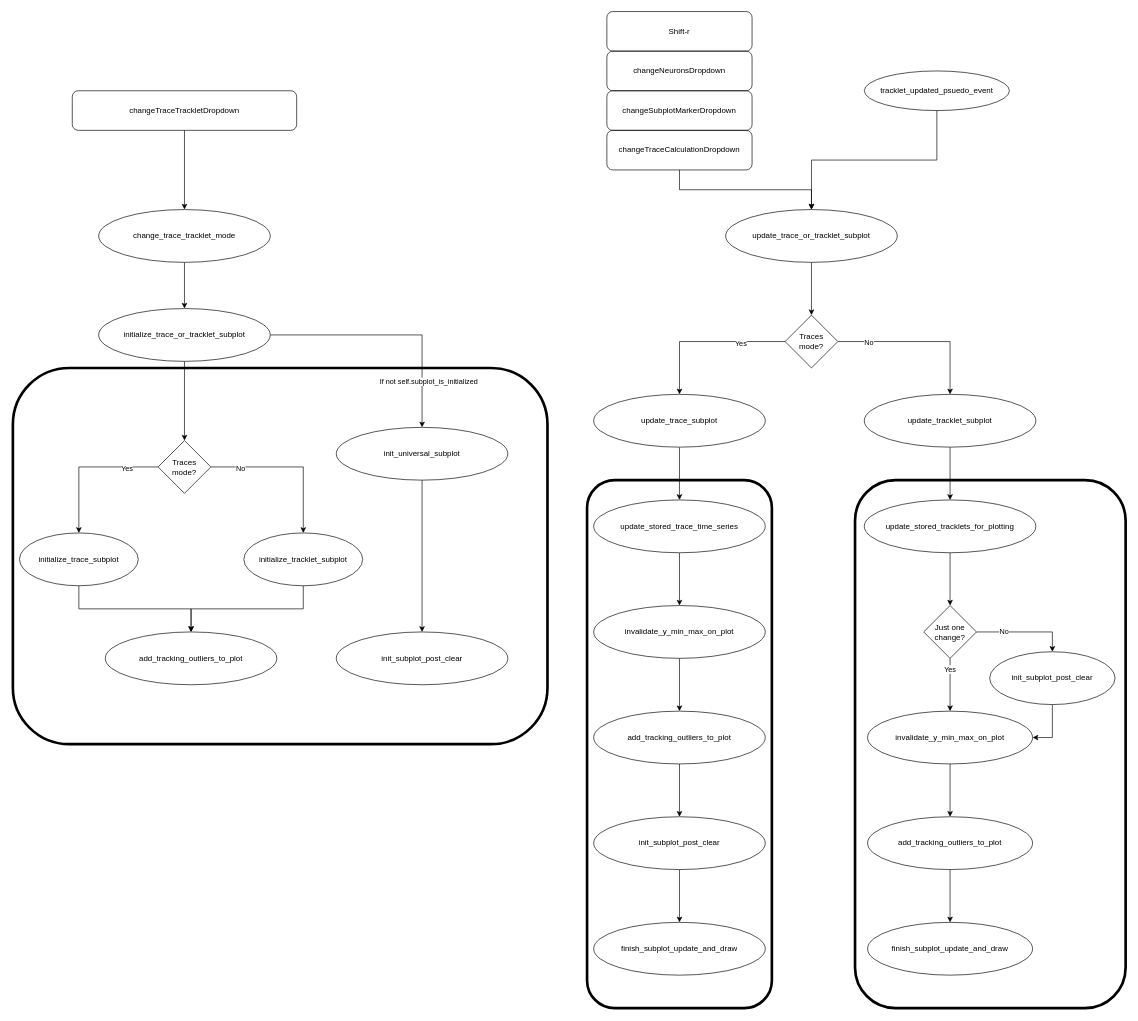
This is page "trace_subplot_updates" (3 of 3) of docs/napari_trace_explorer_diagram.drawio from ch9nuk9/wbfm, a draw.io file, before an edit. Source tidied: cells renumbered, new cells numbered last; positions are measured from the earlier drawing's top-left corner, leaving out a move shared by most shapes. Both pictures are drawn from the tidied source at 66%, with x=0, y=0 at pixel (13, 11).
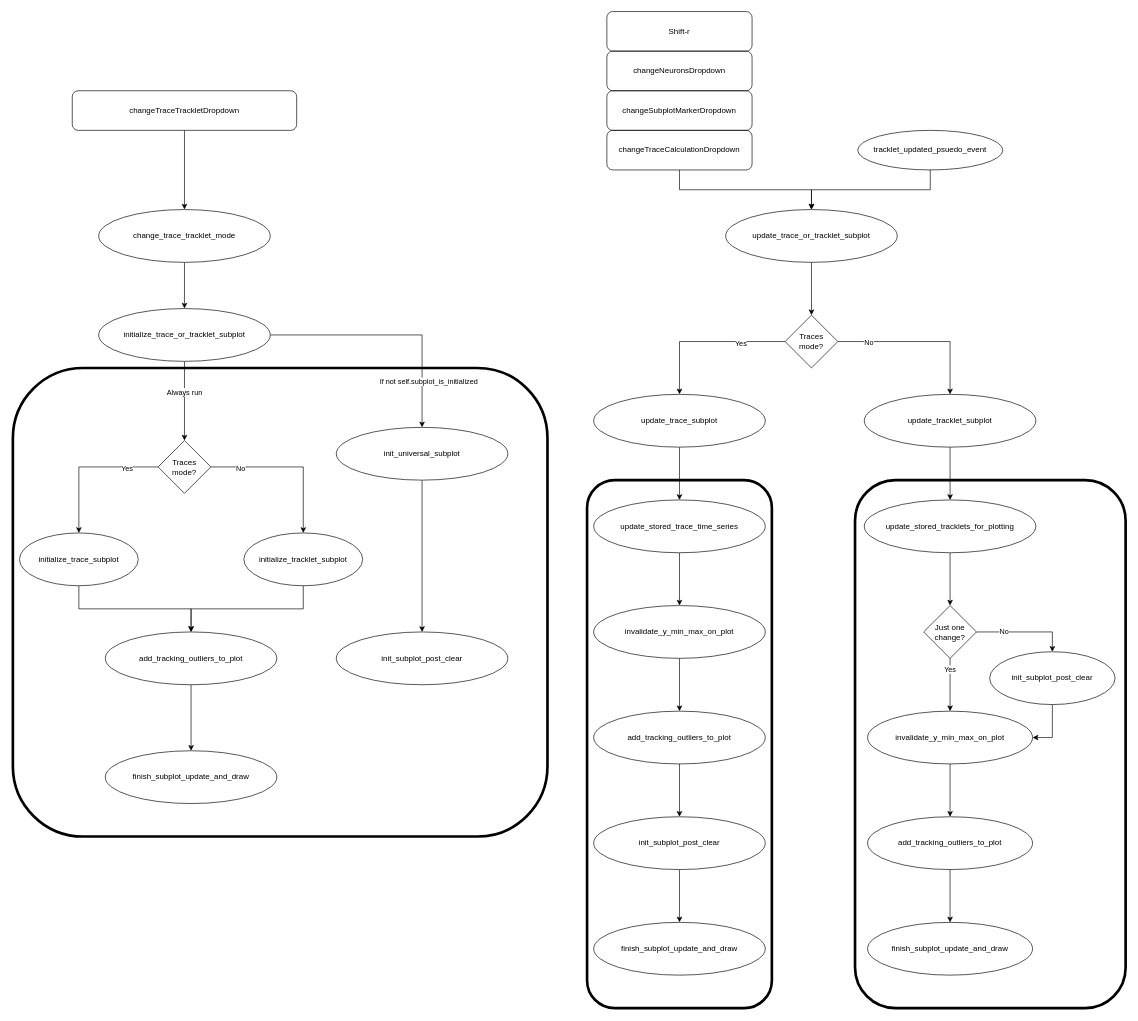
The same diagram, later.

Unchanged cells that the change refers to:
```xml
<mxCell id="9" style="edgeStyle=orthogonalEdgeStyle;rounded=0;jettySize=auto;html=1;" parent="1" edge="1" source="10" target="15">
  <mxGeometry relative="1" as="geometry" />
</mxCell>
<mxCell id="57" value="add_tracking_outliers_to_plot" style="ellipse;whiteSpace=wrap;html=1;" parent="1" vertex="1">
  <mxGeometry x="140" y="940" width="260" height="80" as="geometry" />
</mxCell>
```

Diff of the diagram source:
```diff
@@
+    <mxCell id="3" style="rounded=1;whiteSpace=wrap;html=1;fillColor=none;strokeWidth=4;" parent="1" vertex="1">
+      <mxGeometry y="540" width="810" height="710" as="geometry" />
+    </mxCell>
@@
-    <mxCell id="3" style="rounded=1;whiteSpace=wrap;html=1;fillColor=none;strokeWidth=4;" parent="1" vertex="1">
-      <mxGeometry y="540" width="810" height="570" as="geometry" />
-    </mxCell>
@@
+    <mxCell id="67" value="Always run" style="edgeLabel;html=1;align=center;verticalAlign=middle;" parent="9" vertex="1">
+      <mxGeometry x="-0.24" y="-1" relative="1" as="geometry" />
+    </mxCell>
@@
+    <mxCell id="68" style="edgeStyle=orthogonalEdgeStyle;rounded=0;jettySize=auto;html=1;" parent="1" edge="1" source="57" target="69">
+      <mxGeometry relative="1" as="geometry" />
+    </mxCell>
@@
     <mxCell id="65" value="tracklet_updated_psuedo_event" style="ellipse;whiteSpace=wrap;html=1;fontFamily=Helvetica;fontSize=12;fontColor=default;align=center;strokeColor=default;strokeWidth=1;fillColor=none;" parent="1" vertex="1">
-      <mxGeometry x="1290" y="90" width="220" height="60" as="geometry" />
+      <mxGeometry x="1280" y="180" width="220" height="60" as="geometry" />
     </mxCell>
@@
+    <mxCell id="69" value="finish_subplot_update_and_draw" style="ellipse;whiteSpace=wrap;html=1;" parent="1" vertex="1">
+      <mxGeometry x="140" y="1120" width="260" height="80" as="geometry" />
+    </mxCell>
```
